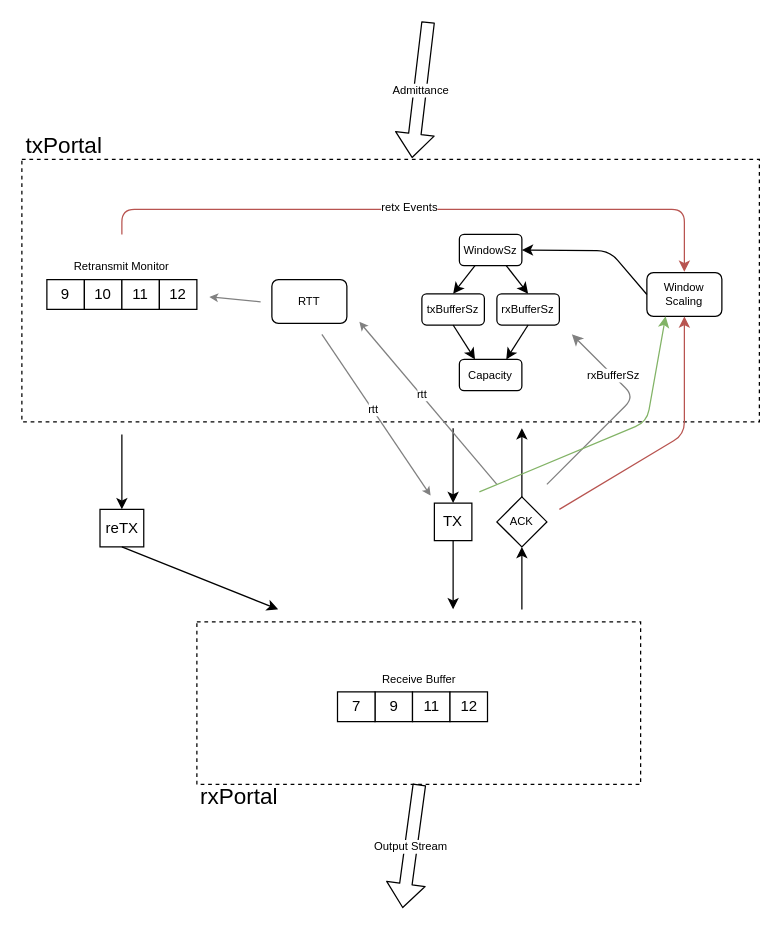
Earlier version of the draw.io diagram docs/images/rxtx_components.drawio (openziti/dilithium). Source tidied: cells renumbered, new cells numbered last; positions are measured from the earlier drawing's top-left corner, leaving out a move shared by most shapes. Both pictures are drawn from the tidied source at 125%, with x=0, y=0 at pixel (21, 21).
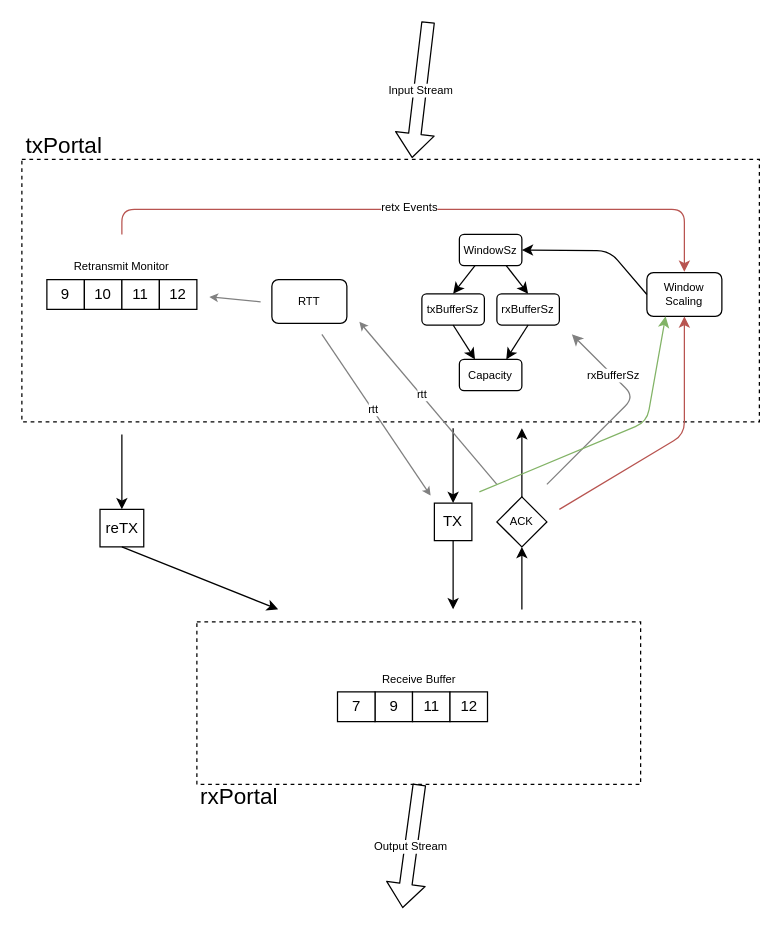
The same page after the edit.

The change refers to these unchanged cells:
```xml
<mxCell id="3" style="rounded=0;whiteSpace=wrap;html=1;fillColor=none;fontSize=9;dashed=1;" parent="1" vertex="1">
  <mxGeometry y="110" width="590" height="210" as="geometry" />
</mxCell>
```

Diff of the diagram source:
```diff
@@
-    <mxCell id="37" value="Admittance" style="shape=flexArrow;endArrow=classic;html=1;strokeColor=#000000;fontSize=9;entryX=0.529;entryY=-0.005;entryDx=0;entryDy=0;entryPerimeter=0;" parent="1" edge="1" target="3">
+    <mxCell id="37" value="Input Stream" style="shape=flexArrow;endArrow=classic;html=1;strokeColor=#000000;fontSize=9;entryX=0.529;entryY=-0.005;entryDx=0;entryDy=0;entryPerimeter=0;" parent="1" edge="1" target="3">
       <mxGeometry relative="1" as="geometry">
         <mxPoint x="325" as="sourcePoint" />
       </mxGeometry>
     </mxCell>
```
